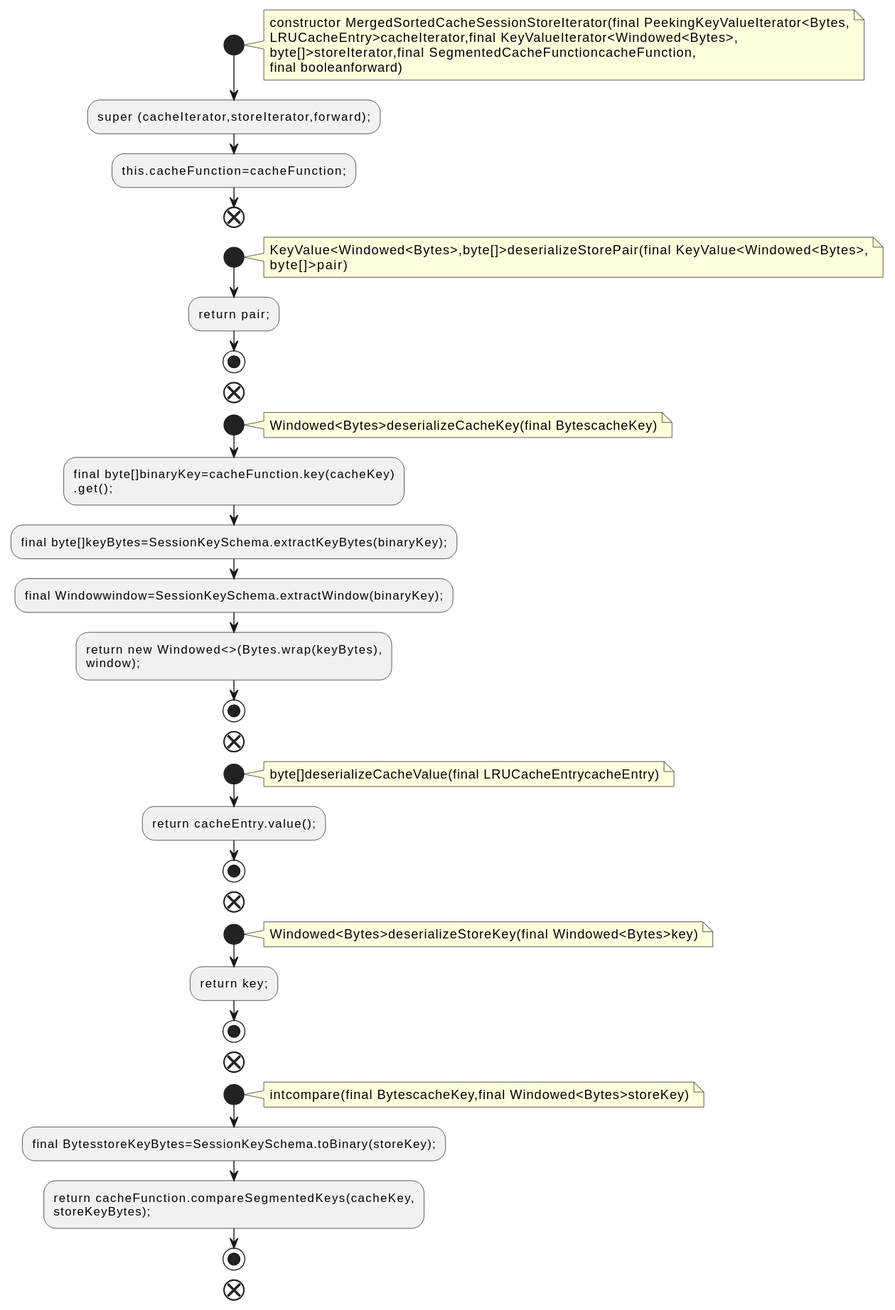
The PlantUML diagram docs/qc/streams/src/main/java/org/apache/kafka/streams/state/internals/MergedSortedCacheSessionStoreIterator.java.fct.svg in qualitesys/kafka, before a commit.
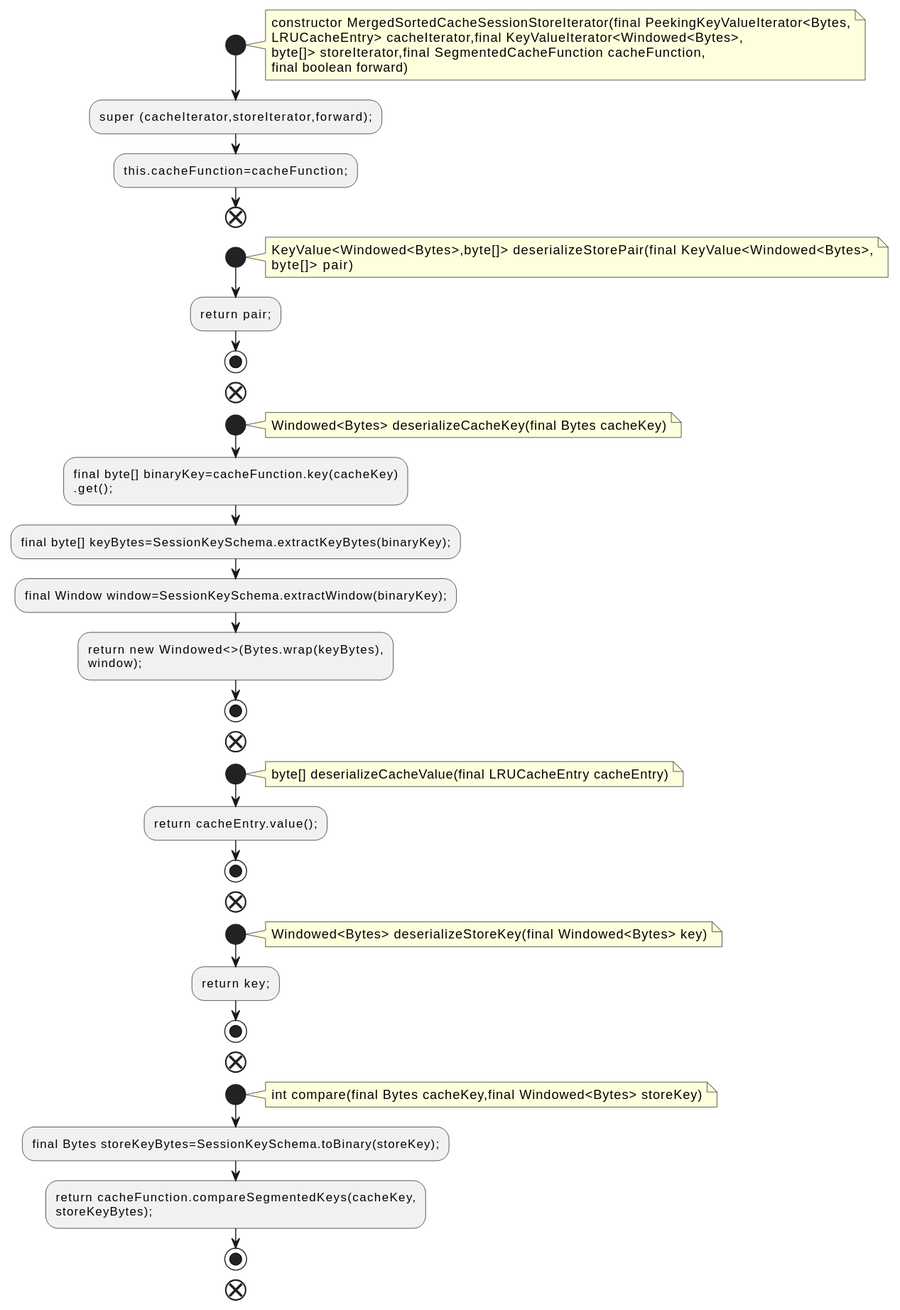
The same diagram one commit later.

The edit, as a diff of the source:
```diff
@@ -3,52 +3,52 @@
 start
 note right
 constructor MergedSortedCacheSessionStoreIterator(final PeekingKeyValueIterator<Bytes,
-LRUCacheEntry>cacheIterator,final KeyValueIterator<Windowed<Bytes>,
-byte[]>storeIterator,final SegmentedCacheFunctioncacheFunction,
-final booleanforward)
+LRUCacheEntry> cacheIterator,final KeyValueIterator<Windowed<Bytes>,
+byte[]> storeIterator,final SegmentedCacheFunction cacheFunction,
+final boolean forward)
 end note
 :super (cacheIterator,storeIterator,forward);;
 :this.cacheFunction=cacheFunction;;
 end
 start
 note right
-KeyValue<Windowed<Bytes>,byte[]>deserializeStorePair(final KeyValue<Windowed<Bytes>,
-byte[]>pair)
+KeyValue<Windowed<Bytes>,byte[]> deserializeStorePair(final KeyValue<Windowed<Bytes>,
+byte[]> pair)
 end note
 :return pair;;
 stop
 end
 start
 note right
-Windowed<Bytes>deserializeCacheKey(final BytescacheKey)
+Windowed<Bytes> deserializeCacheKey(final Bytes cacheKey)
 end note
-:final byte[]binaryKey=cacheFunction.key(cacheKey)
+:final byte[] binaryKey=cacheFunction.key(cacheKey)
 .get();;
-:final byte[]keyBytes=SessionKeySchema.extractKeyBytes(binaryKey);;
-:final Windowwindow=SessionKeySchema.extractWindow(binaryKey);;
+:final byte[] keyBytes=SessionKeySchema.extractKeyBytes(binaryKey);;
+:final Window window=SessionKeySchema.extractWindow(binaryKey);;
 :return new Windowed<>(Bytes.wrap(keyBytes),
 window);;
 stop
 end
 start
 note right
-byte[]deserializeCacheValue(final LRUCacheEntrycacheEntry)
+byte[] deserializeCacheValue(final LRUCacheEntry cacheEntry)
 end note
 :return cacheEntry.value();;
 stop
 end
 start
 note right
-Windowed<Bytes>deserializeStoreKey(final Windowed<Bytes>key)
+Windowed<Bytes> deserializeStoreKey(final Windowed<Bytes> key)
 end note
 :return key;;
 stop
 end
 start
 note right
-intcompare(final BytescacheKey,final Windowed<Bytes>storeKey)
+int compare(final Bytes cacheKey,final Windowed<Bytes> storeKey)
 end note
-:final BytesstoreKeyBytes=SessionKeySchema.toBinary(storeKey);;
+:final Bytes storeKeyBytes=SessionKeySchema.toBinary(storeKey);;
 :return cacheFunction.compareSegmentedKeys(cacheKey,
 storeKeyBytes);;
 stop
```
